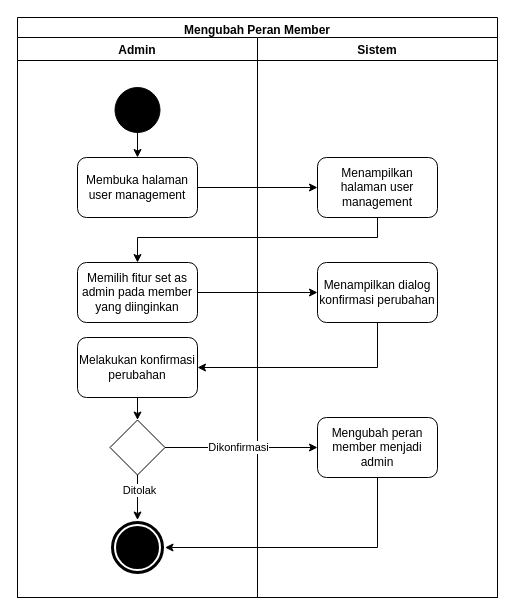
Earlier version of the draw.io diagram Diagram/Activity Diagram/27. mengubah peran member.drawio (techie-jhs/thesis). Source tidied: cells renumbered, new cells numbered last; positions are measured from the earlier drawing's top-left corner, leaving out a move shared by most shapes. Both pictures are drawn from the tidied source at 100%, with x=0, y=0 at pixel (17, 17).
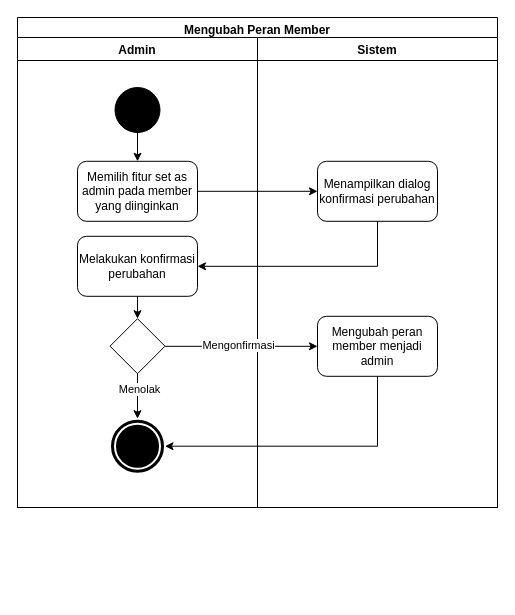
The same page after the edit.

The change refers to these unchanged cells:
```xml
<mxCell id="5" style="ellipse;whiteSpace=wrap;html=1;fillColor=#000000;" parent="3" vertex="1">
  <mxGeometry x="97.5" y="50" width="45" height="45" as="geometry" />
</mxCell>
<mxCell id="14" style="edgeStyle=orthogonalEdgeStyle;rounded=0;jettySize=auto;html=1;" parent="9" edge="1" source="12" target="13">
  <mxGeometry relative="1" as="geometry" />
</mxCell>
```

Diff of the diagram source:
```diff
@@
     <mxCell id="2" value="Mengubah Peran Member" style="swimlane;fillColor=none;" parent="1" vertex="1">
-      <mxGeometry width="480" height="580" as="geometry" />
+      <mxGeometry width="480" height="490" as="geometry" />
     </mxCell>
     <mxCell id="3" value="Admin" style="swimlane;" parent="2" vertex="1">
-      <mxGeometry y="20" width="240" height="560" as="geometry" />
+      <mxGeometry y="20" width="240" height="470" as="geometry" />
     </mxCell>
-    <mxCell id="4" style="edgeStyle=orthogonalEdgeStyle;rounded=0;jettySize=auto;html=1;" parent="3" edge="1" source="5" target="6">
-      <mxGeometry relative="1" as="geometry" />
-    </mxCell>
+    <mxCell id="25" style="edgeStyle=orthogonalEdgeStyle;rounded=0;jettySize=auto;html=1;" parent="3" edge="1" source="5" target="7">
+      <mxGeometry relative="1" as="geometry" />
+    </mxCell>
@@
-    <mxCell id="6" value="Membuka halaman user management" style="rounded=1;whiteSpace=wrap;html=1;fillColor=none;" parent="3" vertex="1">
-      <mxGeometry x="60" y="120" width="120" height="60" as="geometry" />
-    </mxCell>
     <mxCell id="7" value="Memilih fitur set as admin pada member yang diinginkan" style="rounded=1;whiteSpace=wrap;html=1;fillColor=none;" parent="3" vertex="1">
-      <mxGeometry x="60" y="225" width="120" height="60" as="geometry" />
+      <mxGeometry x="60" y="123.8" width="120" height="60" as="geometry" />
     </mxCell>
     <mxCell id="8" value="Melakukan konfirmasi perubahan" style="rounded=1;whiteSpace=wrap;html=1;fillColor=none;" parent="3" vertex="1">
-      <mxGeometry x="60" y="300" width="120" height="60" as="geometry" />
+      <mxGeometry x="60" y="198.8" width="120" height="60" as="geometry" />
     </mxCell>
     <mxCell id="9" value="Sistem" style="swimlane;" parent="2" vertex="1">
-      <mxGeometry x="240" y="20" width="240" height="560" as="geometry" />
+      <mxGeometry x="240" y="20" width="240" height="470" as="geometry" />
     </mxCell>
-    <mxCell id="10" value="Menampilkan halaman user management" style="rounded=1;whiteSpace=wrap;html=1;fillColor=none;" parent="9" vertex="1">
-      <mxGeometry x="60" y="120" width="120" height="60" as="geometry" />
-    </mxCell>
     <mxCell id="11" value="Menampilkan dialog konfirmasi perubahan" style="rounded=1;whiteSpace=wrap;html=1;fillColor=none;" parent="9" vertex="1">
-      <mxGeometry x="60" y="225" width="120" height="60" as="geometry" />
+      <mxGeometry x="60" y="123.8" width="120" height="60" as="geometry" />
     </mxCell>
     <mxCell id="12" style="rhombus;whiteSpace=wrap;html=1;fillColor=none;" parent="9" vertex="1">
-      <mxGeometry x="-147.5" y="382.5" width="55" height="55" as="geometry" />
+      <mxGeometry x="-147.5" y="281.2" width="55" height="55" as="geometry" />
     </mxCell>
     <mxCell id="13" style="ellipse;shape=doubleEllipse;whiteSpace=wrap;html=1;fillColor=#000000;strokeColor=#FFFFFF;strokeWidth=2;" parent="9" vertex="1">
-      <mxGeometry x="-147.5" y="482.5" width="55" height="55" as="geometry" />
+      <mxGeometry x="-147.5" y="381.2" width="55" height="55" as="geometry" />
     </mxCell>
@@
-    <mxCell id="15" value="Ditolak" style="edgeLabel;html=1;align=center;verticalAlign=middle;" parent="14" vertex="1">
+    <mxCell id="15" value="Menolak" style="edgeLabel;html=1;align=center;verticalAlign=middle;" parent="14" vertex="1">
       <mxGeometry x="-0.33" y="1" relative="1" as="geometry" />
     </mxCell>
     <mxCell id="16" value="Mengubah peran member menjadi admin" style="rounded=1;whiteSpace=wrap;html=1;fillColor=none;" parent="9" vertex="1">
-      <mxGeometry x="60" y="380" width="120" height="60" as="geometry" />
+      <mxGeometry x="60" y="278.8" width="120" height="60" as="geometry" />
     </mxCell>
     <mxCell id="17" style="edgeStyle=orthogonalEdgeStyle;rounded=0;jettySize=auto;html=1;entryX=0;entryY=0.5;entryDx=0;entryDy=0;exitX=1;exitY=0.5;exitDx=0;exitDy=0;" parent="9" edge="1" source="12" target="16">
       <mxGeometry relative="1" as="geometry">
         <Array as="points">
-          <mxPoint x="60" y="409.5" />
+          <mxPoint x="60" y="308.2" />
         </Array>
       </mxGeometry>
     </mxCell>
-    <mxCell id="18" value="Dikonfirmasi" style="edgeLabel;html=1;align=center;verticalAlign=middle;" parent="17" vertex="1">
+    <mxCell id="18" value="Mengonfirmasi" style="edgeLabel;html=1;align=center;verticalAlign=middle;" parent="17" vertex="1">
       <mxGeometry x="-0.14" y="3" relative="1" as="geometry">
         <mxPoint x="7" y="2" as="offset" />
       </mxGeometry>
     </mxCell>
     <mxCell id="19" style="edgeStyle=orthogonalEdgeStyle;rounded=0;jettySize=auto;html=1;entryX=1;entryY=0.5;entryDx=0;entryDy=0;" parent="9" edge="1" source="16" target="13">
       <mxGeometry relative="1" as="geometry">
         <Array as="points">
-          <mxPoint x="120" y="510.5" />
+          <mxPoint x="120" y="409.2" />
         </Array>
       </mxGeometry>
     </mxCell>
-    <mxCell id="20" style="edgeStyle=orthogonalEdgeStyle;rounded=0;jettySize=auto;html=1;" parent="2" edge="1" source="6" target="10">
-      <mxGeometry relative="1" as="geometry" />
-    </mxCell>
-    <mxCell id="21" style="edgeStyle=orthogonalEdgeStyle;rounded=0;jettySize=auto;html=1;" parent="2" edge="1" source="10" target="7">
-      <mxGeometry relative="1" as="geometry">
-        <Array as="points">
-          <mxPoint x="360" y="220" />
-          <mxPoint x="120" y="220" />
-        </Array>
-      </mxGeometry>
-    </mxCell>
@@
     <mxCell id="23" style="edgeStyle=orthogonalEdgeStyle;rounded=0;jettySize=auto;html=1;entryX=1;entryY=0.5;entryDx=0;entryDy=0;" parent="2" edge="1" source="11" target="8">
       <mxGeometry relative="1" as="geometry">
         <Array as="points">
-          <mxPoint x="360" y="350" />
+          <mxPoint x="360" y="248.8" />
         </Array>
       </mxGeometry>
     </mxCell>
```
